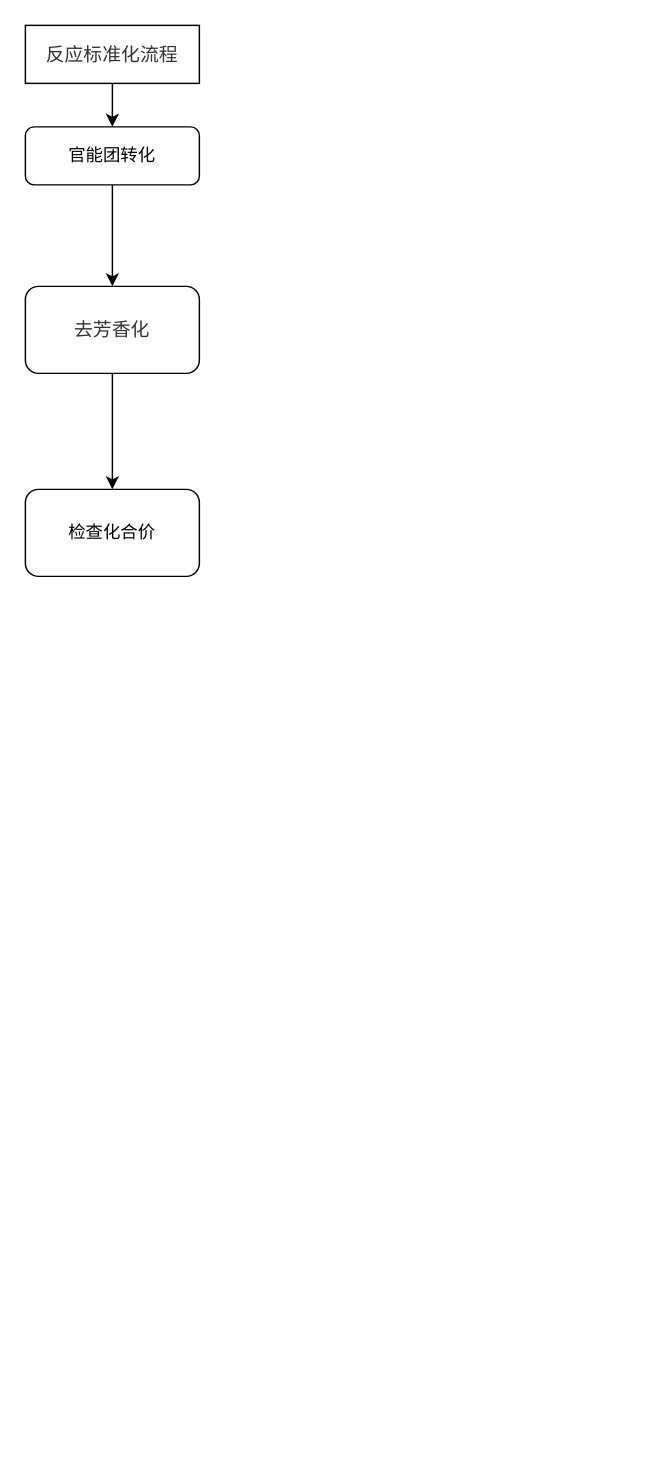
This is AAM_cleanReaction.drawio from Mike575/drawio, a draw.io file, before an edit. Source tidied: cells renumbered, new cells numbered last; positions are measured from the earlier drawing's top-left corner, leaving out a move shared by most shapes. Both pictures are drawn from the tidied source at 145%, with x=0, y=0 at pixel (25, 25).
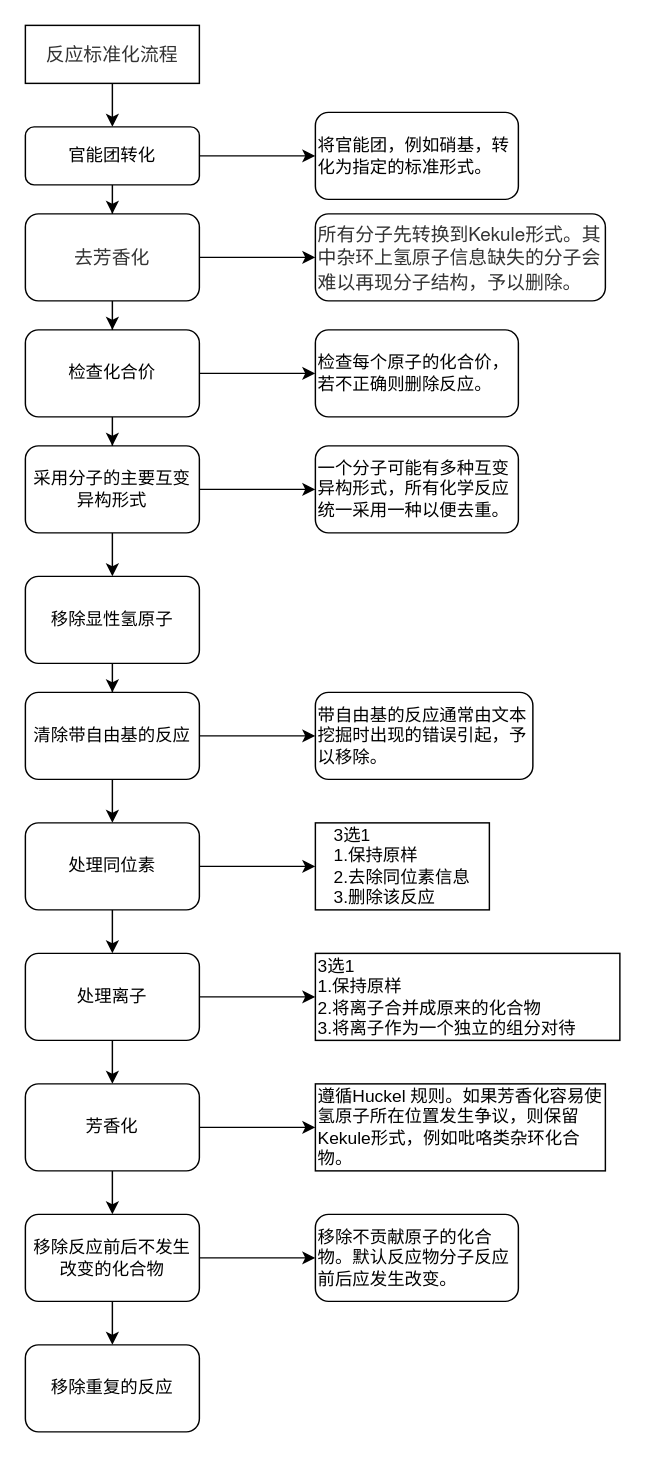
The same diagram, later.

The change refers to these unchanged cells:
```xml
<mxCell id="3" value="官能团转化" style="rounded=1;whiteSpace=wrap;html=1;fontSize=12;glass=0;strokeWidth=1;shadow=0;" parent="1" vertex="1">
  <mxGeometry y="70" width="120" height="40" as="geometry" />
</mxCell>
```

The edit, as a diff of the source:
```diff
@@
+    <mxCell id="9" style="edgeStyle=orthogonalEdgeStyle;rounded=0;jettySize=auto;html=1;" parent="1" edge="1" source="3" target="37">
+      <mxGeometry relative="1" as="geometry" />
+    </mxCell>
@@
+    <mxCell id="10" style="edgeStyle=orthogonalEdgeStyle;rounded=0;jettySize=auto;html=1;" parent="1" edge="1" source="7" target="38">
+      <mxGeometry relative="1" as="geometry" />
+    </mxCell>
     <mxCell id="7" value="&lt;span style=&quot;color: rgb(51 , 51 , 51) ; font-family: &amp;#34;helvetica neue&amp;#34; , &amp;#34;helvetica&amp;#34; , &amp;#34;arial&amp;#34; , &amp;#34;hiragino sans gb&amp;#34; , &amp;#34;hiragino sans gb w3&amp;#34; , &amp;#34;microsoft yahei ui&amp;#34; , &amp;#34;microsoft yahei&amp;#34; , sans-serif ; font-size: 13px ; text-align: left&quot;&gt;去芳香化&lt;/span&gt;" style="whiteSpace=wrap;html=1;rounded=1;shadow=0;strokeWidth=1;glass=0;" parent="1" vertex="1">
-      <mxGeometry y="180" width="120" height="60" as="geometry" />
+      <mxGeometry y="130" width="120" height="60" as="geometry" />
     </mxCell>
+    <mxCell id="11" style="edgeStyle=orthogonalEdgeStyle;rounded=0;jettySize=auto;html=1;" parent="1" edge="1" source="8" target="15">
+      <mxGeometry relative="1" as="geometry" />
+    </mxCell>
+    <mxCell id="12" style="edgeStyle=orthogonalEdgeStyle;rounded=0;jettySize=auto;html=1;" parent="1" edge="1" source="8" target="39">
+      <mxGeometry relative="1" as="geometry" />
+    </mxCell>
     <mxCell id="8" value="检查化合价" style="whiteSpace=wrap;html=1;rounded=1;shadow=0;strokeWidth=1;glass=0;" parent="1" vertex="1">
-      <mxGeometry y="320" width="120" height="60" as="geometry" />
+      <mxGeometry y="210" width="120" height="60" as="geometry" />
     </mxCell>
+    <mxCell id="13" style="edgeStyle=orthogonalEdgeStyle;rounded=0;jettySize=auto;html=1;" parent="1" edge="1" source="15" target="17">
+      <mxGeometry relative="1" as="geometry" />
+    </mxCell>
+    <mxCell id="14" style="edgeStyle=orthogonalEdgeStyle;rounded=0;jettySize=auto;html=1;" parent="1" edge="1" source="15" target="40">
+      <mxGeometry relative="1" as="geometry" />
+    </mxCell>
+    <mxCell id="15" value="采用分子的主要互变异构形式" style="whiteSpace=wrap;html=1;rounded=1;shadow=0;strokeWidth=1;glass=0;" parent="1" vertex="1">
+      <mxGeometry y="290" width="120" height="60" as="geometry" />
+    </mxCell>
+    <mxCell id="16" style="edgeStyle=orthogonalEdgeStyle;rounded=0;jettySize=auto;html=1;" parent="1" edge="1" source="17" target="20">
+      <mxGeometry relative="1" as="geometry" />
+    </mxCell>
+    <mxCell id="17" value="移除显性氢原子" style="whiteSpace=wrap;html=1;rounded=1;shadow=0;strokeWidth=1;glass=0;" parent="1" vertex="1">
+      <mxGeometry y="380" width="120" height="60" as="geometry" />
+    </mxCell>
+    <mxCell id="18" style="edgeStyle=orthogonalEdgeStyle;rounded=0;jettySize=auto;html=1;" parent="1" edge="1" source="20" target="23">
+      <mxGeometry relative="1" as="geometry" />
+    </mxCell>
+    <mxCell id="19" style="edgeStyle=orthogonalEdgeStyle;rounded=0;jettySize=auto;html=1;" parent="1" edge="1" source="20" target="41">
+      <mxGeometry relative="1" as="geometry" />
+    </mxCell>
+    <mxCell id="20" value="清除带自由基的反应" style="whiteSpace=wrap;html=1;rounded=1;shadow=0;strokeWidth=1;glass=0;" parent="1" vertex="1">
+      <mxGeometry y="460" width="120" height="60" as="geometry" />
+    </mxCell>
+    <mxCell id="21" style="edgeStyle=orthogonalEdgeStyle;rounded=0;jettySize=auto;html=1;" parent="1" edge="1" source="23" target="24">
+      <mxGeometry relative="1" as="geometry" />
+    </mxCell>
+    <mxCell id="22" style="edgeStyle=orthogonalEdgeStyle;rounded=0;jettySize=auto;html=1;" parent="1" edge="1" source="23" target="27">
+      <mxGeometry relative="1" as="geometry" />
+    </mxCell>
+    <mxCell id="23" value="处理同位素" style="whiteSpace=wrap;html=1;rounded=1;shadow=0;strokeWidth=1;glass=0;" parent="1" vertex="1">
+      <mxGeometry y="550" width="120" height="60" as="geometry" />
+    </mxCell>
+    <mxCell id="24" value="&lt;div style=&quot;text-align: left&quot;&gt;&lt;span&gt;&lt;font style=&quot;font-size: 12px&quot;&gt;3选1&lt;/font&gt;&lt;/span&gt;&lt;/div&gt;&lt;div style=&quot;text-align: left&quot;&gt;&lt;span&gt;&lt;font style=&quot;font-size: 12px&quot;&gt;1.保持原样&lt;/font&gt;&lt;/span&gt;&lt;/div&gt;&lt;font style=&quot;font-size: 12px&quot;&gt;2.去除同位素信息&lt;br&gt;&lt;/font&gt;&lt;div style=&quot;text-align: left&quot;&gt;&lt;span&gt;&lt;font style=&quot;font-size: 12px&quot;&gt;3.删除该反应&lt;/font&gt;&lt;/span&gt;&lt;/div&gt;" style="whiteSpace=wrap;html=1;rounded=0;shadow=0;strokeWidth=1;glass=0;" parent="1" vertex="1">
+      <mxGeometry x="200" y="550" width="120" height="60" as="geometry" />
+    </mxCell>
+    <mxCell id="25" style="edgeStyle=orthogonalEdgeStyle;rounded=0;jettySize=auto;html=1;" parent="1" edge="1" source="27" target="28">
+      <mxGeometry relative="1" as="geometry" />
+    </mxCell>
+    <mxCell id="26" style="edgeStyle=orthogonalEdgeStyle;rounded=0;jettySize=auto;html=1;" parent="1" edge="1" source="27" target="31">
+      <mxGeometry relative="1" as="geometry" />
+    </mxCell>
+    <mxCell id="27" value="处理离子" style="whiteSpace=wrap;html=1;rounded=1;shadow=0;strokeWidth=1;glass=0;" parent="1" vertex="1">
+      <mxGeometry y="640" width="120" height="60" as="geometry" />
+    </mxCell>
+    <mxCell id="28" value="&lt;div&gt;3选1&lt;/div&gt;&lt;div&gt;1.保持原样&lt;/div&gt;2.将离子合并成原来的化合物&lt;br&gt;&lt;div&gt;3.将离子作为一个独立的组分对待&lt;/div&gt;" style="whiteSpace=wrap;html=1;rounded=0;shadow=0;strokeWidth=1;glass=0;align=left;" parent="1" vertex="1">
+      <mxGeometry x="200" y="640" width="210" height="60" as="geometry" />
+    </mxCell>
+    <mxCell id="29" style="edgeStyle=orthogonalEdgeStyle;rounded=0;jettySize=auto;html=1;" parent="1" edge="1" source="31" target="32">
+      <mxGeometry relative="1" as="geometry" />
+    </mxCell>
+    <mxCell id="30" style="edgeStyle=orthogonalEdgeStyle;rounded=0;jettySize=auto;html=1;" parent="1" edge="1" source="31" target="35">
+      <mxGeometry relative="1" as="geometry" />
+    </mxCell>
+    <mxCell id="31" value="芳香化" style="whiteSpace=wrap;html=1;rounded=1;shadow=0;strokeWidth=1;glass=0;" parent="1" vertex="1">
+      <mxGeometry y="730" width="120" height="60" as="geometry" />
+    </mxCell>
+    <mxCell id="32" value="&lt;div&gt;遵循Huckel 规则。如果芳香化容易使氢原子所在位置发生争议，则保留Kekule形式，例如吡咯类杂环化合物。&lt;/div&gt;" style="whiteSpace=wrap;html=1;rounded=0;shadow=0;strokeWidth=1;glass=0;align=left;" parent="1" vertex="1">
+      <mxGeometry x="200" y="730" width="200" height="60" as="geometry" />
+    </mxCell>
+    <mxCell id="33" style="edgeStyle=orthogonalEdgeStyle;rounded=0;jettySize=auto;html=1;" parent="1" edge="1" source="35" target="36">
+      <mxGeometry relative="1" as="geometry" />
+    </mxCell>
+    <mxCell id="34" style="edgeStyle=orthogonalEdgeStyle;rounded=0;jettySize=auto;html=1;" parent="1" edge="1" source="35" target="42">
+      <mxGeometry relative="1" as="geometry" />
+    </mxCell>
+    <mxCell id="35" value="移除反应前后不发生改变的化合物" style="whiteSpace=wrap;html=1;rounded=1;shadow=0;strokeWidth=1;glass=0;" parent="1" vertex="1">
+      <mxGeometry y="820" width="120" height="60" as="geometry" />
+    </mxCell>
+    <mxCell id="36" value="移除重复的反应" style="whiteSpace=wrap;html=1;rounded=1;shadow=0;strokeWidth=1;glass=0;" parent="1" vertex="1">
+      <mxGeometry y="910" width="120" height="60" as="geometry" />
+    </mxCell>
+    <mxCell id="37" value="将官能团，例如硝基，转化为指定的标准形式。" style="whiteSpace=wrap;html=1;rounded=1;shadow=0;strokeWidth=1;glass=0;align=left;" parent="1" vertex="1">
+      <mxGeometry x="200" y="60" width="140" height="60" as="geometry" />
+    </mxCell>
+    <mxCell id="38" value="&lt;span style=&quot;color: rgb(51 , 51 , 51) ; font-family: &amp;#34;helvetica neue&amp;#34; , &amp;#34;helvetica&amp;#34; , &amp;#34;arial&amp;#34; , &amp;#34;hiragino sans gb&amp;#34; , &amp;#34;hiragino sans gb w3&amp;#34; , &amp;#34;microsoft yahei ui&amp;#34; , &amp;#34;microsoft yahei&amp;#34; , sans-serif ; font-size: 13px&quot;&gt;所有分子先转换到Kekule形式。其中杂环上氢原子信息缺失的分子会难以再现分子结构，予以删除。&lt;/span&gt;" style="whiteSpace=wrap;html=1;rounded=1;shadow=0;strokeWidth=1;glass=0;align=left;" parent="1" vertex="1">
+      <mxGeometry x="200" y="130" width="200" height="60" as="geometry" />
+    </mxCell>
+    <mxCell id="39" value="检查每个原子的化合价，若不正确则删除反应。" style="whiteSpace=wrap;html=1;rounded=1;shadow=0;strokeWidth=1;glass=0;align=left;" parent="1" vertex="1">
+      <mxGeometry x="200" y="210" width="140" height="60" as="geometry" />
+    </mxCell>
+    <mxCell id="40" value="一个分子可能有多种互变异构形式，所有化学反应统一采用一种以便去重。" style="whiteSpace=wrap;html=1;rounded=1;shadow=0;strokeWidth=1;glass=0;align=left;" parent="1" vertex="1">
+      <mxGeometry x="200" y="290" width="140" height="60" as="geometry" />
+    </mxCell>
+    <mxCell id="41" value="带自由基的反应通常由文本挖掘时出现的错误引起，予以移除。" style="whiteSpace=wrap;html=1;rounded=1;shadow=0;strokeWidth=1;glass=0;align=left;" parent="1" vertex="1">
+      <mxGeometry x="200" y="460" width="150" height="60" as="geometry" />
+    </mxCell>
+    <mxCell id="42" value="移除不贡献原子的化合物。默认反应物分子反应前后应发生改变。" style="whiteSpace=wrap;html=1;rounded=1;shadow=0;strokeWidth=1;glass=0;align=left;" parent="1" vertex="1">
+      <mxGeometry x="200" y="820" width="140" height="60" as="geometry" />
+    </mxCell>
```
